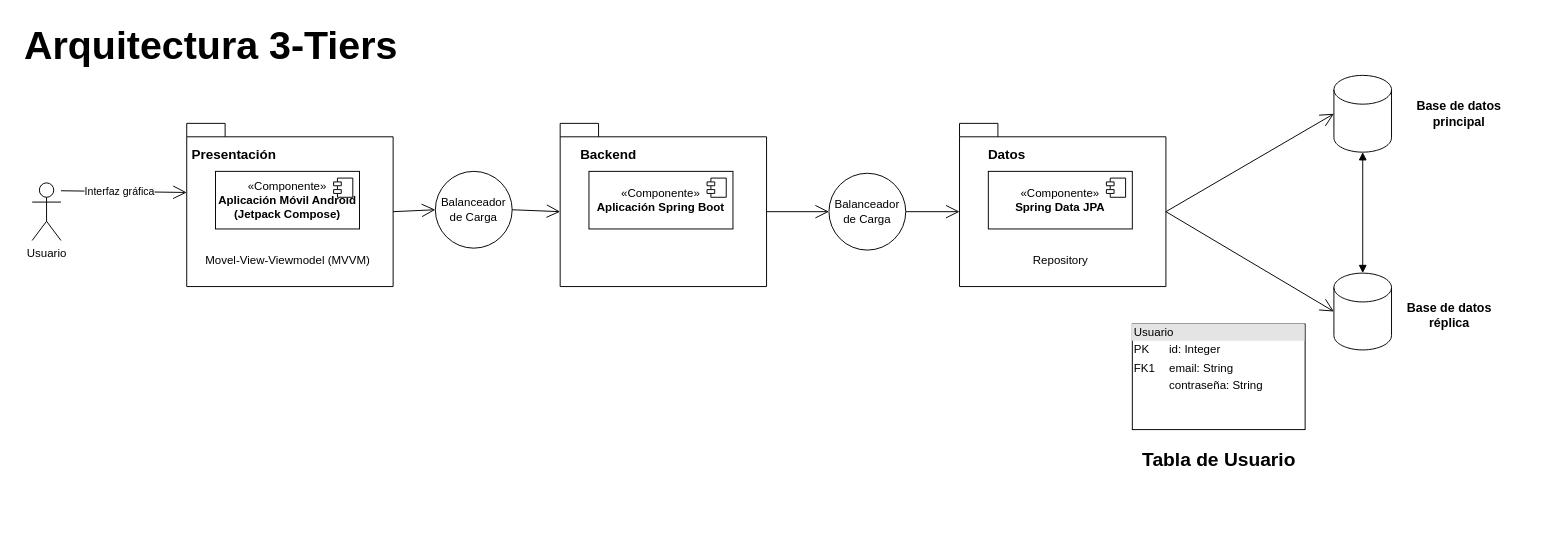
Before: docs/diagramas/Diagrama-Logico.drawio in Phel1405/Taller-Arquitectura, a draw.io diagram. Source tidied: cells renumbered, new cells numbered last; positions are measured from the earlier drawing's top-left corner, leaving out a move shared by most shapes. Both pictures are drawn from the tidied source at 96%, with x=0, y=0 at pixel (32, 16).
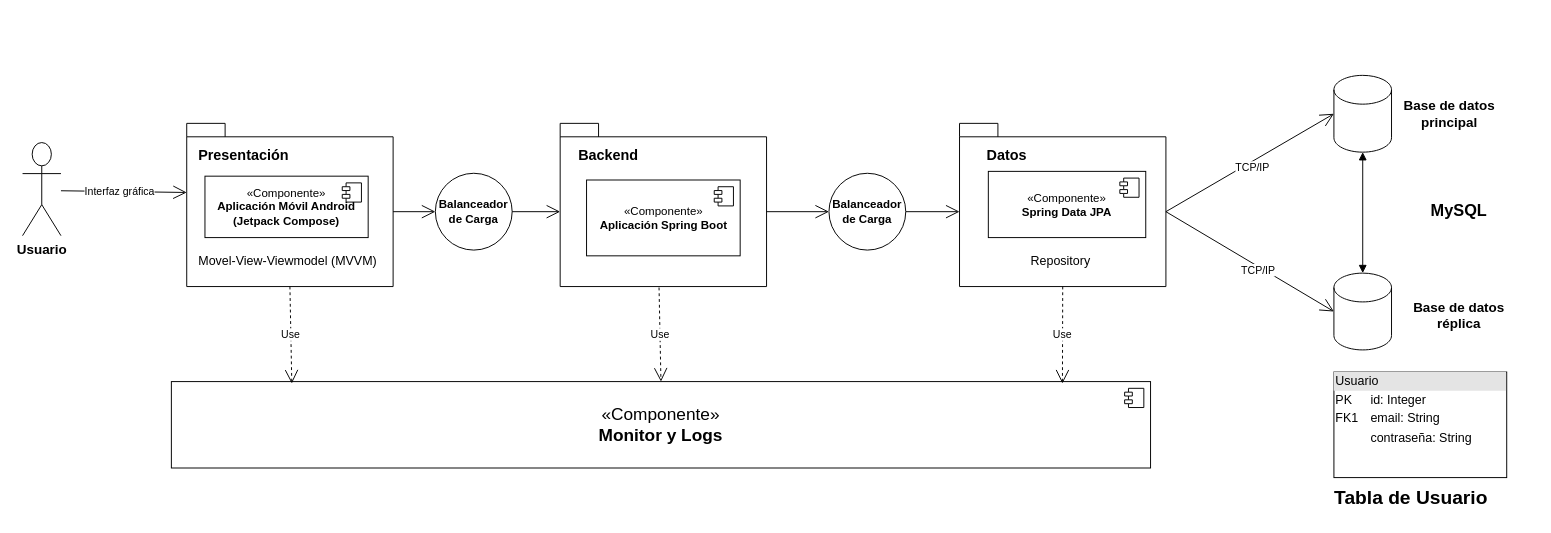
Above is the later version.

Unchanged cells that the change refers to:
```xml
<mxCell id="5" value="&lt;h1 style=&quot;line-height: 0%;&quot;&gt;&lt;br&gt;&lt;/h1&gt;" style="shape=folder;fontStyle=1;spacingTop=10;tabWidth=40;tabHeight=14;tabPosition=left;html=1;whiteSpace=wrap;align=left;" parent="1" vertex="1">
  <mxGeometry x="161" y="111" width="215" height="170" as="geometry" />
</mxCell>
<mxCell id="16" value="&lt;h1 style=&quot;line-height: 0%;&quot;&gt;&lt;br&gt;&lt;/h1&gt;" style="shape=folder;fontStyle=1;spacingTop=10;tabWidth=40;tabHeight=14;tabPosition=left;html=1;whiteSpace=wrap;align=left;" parent="1" vertex="1">
  <mxGeometry x="966" y="111" width="215" height="170" as="geometry" />
</mxCell>
<mxCell id="26" style="endArrow=open;endFill=1;endSize=12;html=1;rounded=0;exitX=0;exitY=0;exitDx=215;exitDy=92;exitPerimeter=0;entryX=0;entryY=0.5;entryDx=0;entryDy=0;entryPerimeter=0;" parent="1" edge="1" source="16" target="22">
  <mxGeometry relative="1" as="geometry" />
</mxCell>
<mxCell id="27" style="endArrow=open;endFill=1;endSize=12;html=1;rounded=0;exitX=0;exitY=0;exitDx=215;exitDy=92;exitPerimeter=0;entryX=0;entryY=0.5;entryDx=0;entryDy=0;entryPerimeter=0;" parent="1" edge="1" source="16" target="24">
  <mxGeometry relative="1" as="geometry" />
</mxCell>
```

The edit, as a diff of the source:
```diff
@@
-    <mxCell id="2" value="&lt;div style=&quot;box-sizing: border-box; width: 100%; background: rgb(228, 228, 228); padding: 2px;&quot;&gt;Usuario&lt;/div&gt;&lt;table style=&quot;width:100%;font-size:1em;&quot; cellpadding=&quot;2&quot; cellspacing=&quot;0&quot;&gt;&lt;tbody&gt;&lt;tr&gt;&lt;td&gt;PK&lt;/td&gt;&lt;td&gt;id: Integer&lt;/td&gt;&lt;/tr&gt;&lt;tr&gt;&lt;td&gt;FK1&lt;/td&gt;&lt;td&gt;email: String&lt;/td&gt;&lt;/tr&gt;&lt;tr&gt;&lt;td&gt;&lt;/td&gt;&lt;td&gt;contraseña: String&lt;br&gt;&lt;br&gt;&lt;/td&gt;&lt;/tr&gt;&lt;/tbody&gt;&lt;/table&gt;" style="verticalAlign=top;align=left;overflow=fill;html=1;whiteSpace=wrap;" parent="1" vertex="1">
-      <mxGeometry x="1146" y="320" width="180" height="110" as="geometry" />
+    <mxCell id="2" value="&lt;div style=&quot;box-sizing: border-box; width: 100%; background: rgb(228, 228, 228); padding: 2px;&quot;&gt;Usuario&lt;/div&gt;&lt;table style=&quot;width: 100%;&quot; cellpadding=&quot;2&quot; cellspacing=&quot;0&quot;&gt;&lt;tbody&gt;&lt;tr&gt;&lt;td&gt;PK&lt;/td&gt;&lt;td&gt;id: Integer&lt;/td&gt;&lt;/tr&gt;&lt;tr&gt;&lt;td&gt;FK1&lt;/td&gt;&lt;td&gt;email: String&lt;/td&gt;&lt;/tr&gt;&lt;tr&gt;&lt;td&gt;&lt;/td&gt;&lt;td&gt;contraseña: String&lt;br&gt;&lt;br&gt;&lt;/td&gt;&lt;/tr&gt;&lt;/tbody&gt;&lt;/table&gt;" style="verticalAlign=top;align=left;overflow=fill;html=1;whiteSpace=wrap;fontSize=13;" parent="1" vertex="1">
+      <mxGeometry x="1356" y="370" width="180" height="110" as="geometry" />
     </mxCell>
     <mxCell id="3" value="Tabla de Usuario" style="text;strokeColor=none;fillColor=none;html=1;fontSize=20;fontStyle=1;verticalAlign=middle;align=center;autosizeText=1;" parent="1" vertex="1">
-      <mxGeometry x="1156" y="440" width="160" height="40" as="geometry" />
+      <mxGeometry x="1356" y="480" width="160" height="40" as="geometry" />
     </mxCell>
-    <mxCell id="4" value="Usuario" style="shape=umlActor;verticalLabelPosition=bottom;verticalAlign=top;html=1;" parent="1" vertex="1">
-      <mxGeometry y="173" width="30" height="60" as="geometry" />
+    <mxCell id="4" value="Usuario" style="shape=umlActor;verticalLabelPosition=bottom;verticalAlign=top;html=1;fontSize=14;fontStyle=1;" parent="1" vertex="1">
+      <mxGeometry x="-10" y="131" width="40" height="97" as="geometry" />
     </mxCell>
@@
-    <mxCell id="6" value="Presentación" style="text;align=center;fontStyle=1;verticalAlign=middle;spacingLeft=3;spacingRight=3;strokeColor=none;html=1;fontSize=14;" parent="1" vertex="1">
-      <mxGeometry x="170" y="131" width="80" height="26" as="geometry" />
+    <mxCell id="6" value="Presentación" style="text;align=center;fontStyle=1;verticalAlign=middle;spacingLeft=3;spacingRight=3;strokeColor=none;html=1;fontSize=15;" parent="1" vertex="1">
+      <mxGeometry x="180" y="131" width="80" height="26" as="geometry" />
     </mxCell>
     <mxCell id="7" value="«Componente»&lt;br&gt;&lt;b&gt;Aplicación Móvil Android&lt;/b&gt;&lt;div&gt;&lt;b&gt;(Jetpack Compose)&lt;/b&gt;&lt;/div&gt;" style="html=1;whiteSpace=wrap;" parent="1" vertex="1">
-      <mxGeometry x="191" y="161" width="150" height="60" as="geometry" />
+      <mxGeometry x="180" y="166" width="170" height="64" as="geometry" />
     </mxCell>
@@
-    <mxCell id="12" value="Backend" style="text;align=center;fontStyle=1;verticalAlign=middle;spacingLeft=3;spacingRight=3;strokeColor=none;html=1;fontSize=14;" parent="1" vertex="1">
+    <mxCell id="12" value="Backend" style="text;align=center;fontStyle=1;verticalAlign=middle;spacingLeft=3;spacingRight=3;strokeColor=none;html=1;fontSize=15;" parent="1" vertex="1">
       <mxGeometry x="560" y="131" width="80" height="26" as="geometry" />
     </mxCell>
     <mxCell id="13" value="«Componente»&lt;br&gt;&lt;b&gt;Aplicación Spring Boot&lt;/b&gt;" style="html=1;whiteSpace=wrap;" parent="1" vertex="1">
-      <mxGeometry x="580" y="161" width="150" height="60" as="geometry" />
+      <mxGeometry x="577.5" y="170" width="160" height="79" as="geometry" />
     </mxCell>
@@
-    <mxCell id="15" value="Movel-View-Viewmodel (MVVM)" style="text;align=center;fontStyle=0;verticalAlign=middle;spacingLeft=3;spacingRight=3;strokeColor=none;html=1;" parent="1" vertex="1">
+    <mxCell id="15" value="Movel-View-Viewmodel (MVVM)" style="text;align=center;fontStyle=0;verticalAlign=middle;spacingLeft=3;spacingRight=3;strokeColor=none;html=1;fontSize=13;" parent="1" vertex="1">
       <mxGeometry x="226" y="241" width="80" height="26" as="geometry" />
     </mxCell>
@@
-    <mxCell id="17" value="Datos" style="text;align=center;fontStyle=1;verticalAlign=middle;spacingLeft=3;spacingRight=3;strokeColor=none;html=1;fontSize=14;" parent="1" vertex="1">
+    <mxCell id="17" value="Datos" style="text;align=center;fontStyle=1;verticalAlign=middle;spacingLeft=3;spacingRight=3;strokeColor=none;html=1;fontSize=15;" parent="1" vertex="1">
       <mxGeometry x="975" y="131" width="80" height="26" as="geometry" />
     </mxCell>
     <mxCell id="18" value="«Componente»&lt;br&gt;&lt;b&gt;Spring Data JPA&lt;/b&gt;" style="html=1;whiteSpace=wrap;" parent="1" vertex="1">
-      <mxGeometry x="996" y="161" width="150" height="60" as="geometry" />
+      <mxGeometry x="996" y="161" width="164" height="69" as="geometry" />
     </mxCell>
@@
-    <mxCell id="20" value="Repository" style="text;align=center;fontStyle=0;verticalAlign=middle;spacingLeft=3;spacingRight=3;strokeColor=none;html=1;" parent="1" vertex="1">
+    <mxCell id="20" value="Repository" style="text;align=center;fontStyle=0;verticalAlign=middle;spacingLeft=3;spacingRight=3;strokeColor=none;html=1;fontSize=13;" parent="1" vertex="1">
       <mxGeometry x="1031" y="241" width="80" height="26" as="geometry" />
     </mxCell>
@@
-    <mxCell id="23" value="Base de datos&lt;br&gt;principal" style="text;strokeColor=none;fillColor=none;html=1;fontSize=13;fontStyle=1;verticalAlign=middle;align=center;autosizeText=1;" parent="1" vertex="1">
-      <mxGeometry x="1406" y="81" width="160" height="40" as="geometry" />
+    <mxCell id="23" value="Base de datos&lt;br&gt;principal" style="text;strokeColor=none;fillColor=none;html=1;fontSize=14;fontStyle=1;verticalAlign=middle;align=center;autosizeText=1;" parent="1" vertex="1">
+      <mxGeometry x="1396" y="81" width="160" height="40" as="geometry" />
     </mxCell>
@@
-    <mxCell id="25" value="Base de datos&lt;br&gt;réplica" style="text;strokeColor=none;fillColor=none;html=1;fontSize=13;fontStyle=1;verticalAlign=middle;align=center;autosizeText=1;" parent="1" vertex="1">
-      <mxGeometry x="1396" y="291" width="160" height="40" as="geometry" />
+    <mxCell id="25" value="Base de datos&lt;br&gt;réplica" style="text;strokeColor=none;fillColor=none;html=1;fontSize=14;fontStyle=1;verticalAlign=middle;align=center;autosizeText=1;" parent="1" vertex="1">
+      <mxGeometry x="1406" y="291" width="160" height="40" as="geometry" />
     </mxCell>
@@
+    <mxCell id="35" value="TCP/IP" style="edgeLabel;html=1;align=center;verticalAlign=middle;" parent="26" vertex="1">
+      <mxGeometry x="-0.13" relative="1" as="geometry">
+        <mxPoint x="13" y="-2" as="offset" />
+      </mxGeometry>
+    </mxCell>
@@
+    <mxCell id="36" value="TCP/IP" style="edgeLabel;html=1;align=center;verticalAlign=middle;" parent="27" vertex="1">
+      <mxGeometry x="0.11" y="-3" relative="1" as="geometry" />
+    </mxCell>
@@
-    <mxCell id="29" value="Arquitectura 3-Tiers" style="text;strokeColor=none;fillColor=none;html=1;fontSize=41;fontStyle=1;verticalAlign=middle;align=center;autosizeText=1;" parent="1" vertex="1">
-      <mxGeometry x="1" width="369" height="60" as="geometry" />
-    </mxCell>
-    <mxCell id="30" value="Balanceador de Carga" style="ellipse;whiteSpace=wrap;html=1;shapeInside=1;labelPosition=center;verticalLabelPosition=middle;align=center;verticalAlign=middle;" parent="1" vertex="1">
-      <mxGeometry x="420" y="161" width="80" height="80" as="geometry" />
+    <mxCell id="30" value="Balanceador de Carga" style="ellipse;whiteSpace=wrap;html=1;shapeInside=1;labelPosition=center;verticalLabelPosition=middle;align=center;verticalAlign=middle;fontStyle=1;" parent="1" vertex="1">
+      <mxGeometry x="420" y="163" width="80" height="80" as="geometry" />
     </mxCell>
@@
-    <mxCell id="34" value="Balanceador de Carga" style="ellipse;whiteSpace=wrap;html=1;shapeInside=1;labelPosition=center;verticalLabelPosition=middle;align=center;verticalAlign=middle;" parent="1" vertex="1">
+    <mxCell id="34" value="Balanceador de Carga" style="ellipse;whiteSpace=wrap;html=1;shapeInside=1;labelPosition=center;verticalLabelPosition=middle;align=center;verticalAlign=middle;fontStyle=1;" parent="1" vertex="1">
       <mxGeometry x="830" y="163" width="80" height="80" as="geometry" />
     </mxCell>
+    <mxCell id="37" value="MySQL" style="text;strokeColor=none;fillColor=none;html=1;fontSize=17;fontStyle=1;verticalAlign=middle;align=center;autosizeText=1;" parent="1" vertex="1">
+      <mxGeometry x="1429" y="188.5" width="114" height="29" as="geometry" />
+    </mxCell>
+    <mxCell id="38" value="&lt;font style=&quot;font-size: 18px;&quot;&gt;«Componente»&lt;br&gt;&lt;/font&gt;&lt;b&gt;&lt;font style=&quot;font-size: 18px;&quot;&gt;Monitor y Logs&lt;/font&gt;&lt;/b&gt;" style="html=1;whiteSpace=wrap;" parent="1" vertex="1">
+      <mxGeometry x="145" y="380" width="1020" height="90" as="geometry" />
+    </mxCell>
+    <mxCell id="39" style="shape=module;jettyWidth=8;jettyHeight=4;" parent="38" vertex="1">
+      <mxGeometry x="1" width="20" height="20" relative="1" as="geometry">
+        <mxPoint x="-27" y="7" as="offset" />
+      </mxGeometry>
+    </mxCell>
+    <mxCell id="40" value="Use" style="endArrow=open;endSize=12;dashed=1;html=1;rounded=0;exitX=0.5;exitY=1;exitDx=0;exitDy=0;exitPerimeter=0;entryX=0.123;entryY=0.022;entryDx=0;entryDy=0;entryPerimeter=0;" parent="1" edge="1" source="5" target="38">
+      <mxGeometry relative="1" as="geometry" />
+    </mxCell>
+    <mxCell id="41" value="Use" style="endArrow=open;endSize=12;dashed=1;html=1;rounded=0;entryX=0.5;entryY=0;entryDx=0;entryDy=0;" parent="1" edge="1" target="38">
+      <mxGeometry relative="1" as="geometry">
+        <mxPoint x="653" y="282" as="sourcePoint" />
+      </mxGeometry>
+    </mxCell>
+    <mxCell id="42" value="Use" style="endArrow=open;endSize=12;dashed=1;html=1;rounded=0;exitX=0.5;exitY=1;exitDx=0;exitDy=0;exitPerimeter=0;entryX=0.91;entryY=0.022;entryDx=0;entryDy=0;entryPerimeter=0;" parent="1" edge="1" source="16" target="38">
+      <mxGeometry relative="1" as="geometry" />
+    </mxCell>
```
